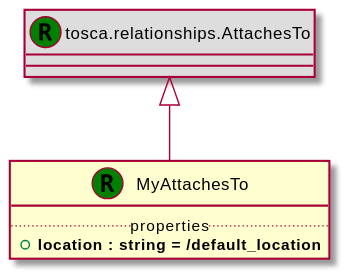
Before: examples/ariatosca/diagrams/uml2/block-storage-4-1.0-uml2-class-diagram.svg, a diagram exported from PlantUML (Orange-OpenSource/Cloudnet-TOSCA-toolbox). The source it was exported from:
```plantuml
@startuml
set namespaceSeparator none
class "tosca.relationships.AttachesTo" << (R,green) >> #DDDDDD
"tosca.relationships.AttachesTo" <|-- "MyAttachesTo"
class "MyAttachesTo" << (R,green) >> {
.. properties ..
+<b>location : string = /default_location
}
@enduml
```
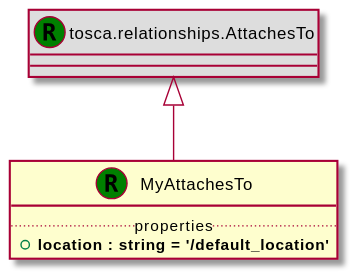
The same diagram one commit later.

The edit, as a diff of the source:
```diff
@@ -4,6 +4,6 @@
 "tosca.relationships.AttachesTo" <|-- "MyAttachesTo"
 class "MyAttachesTo" << (R,green) >> {
 .. properties ..
-+<b>location : string = /default_location
++<b>location : string = '/default_location'
 }
 @enduml
```
